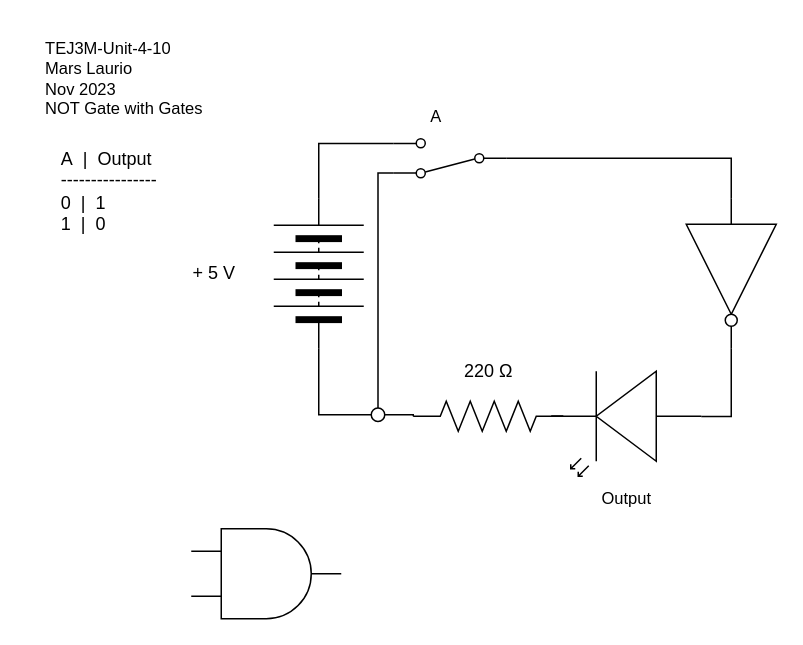
Mars-Laurio/TEJ3M-Unit4 keeps this draw.io diagram as Unit4-10/TEJ3M-Unit-4-10.drawio. Above is the earlier version. Source tidied: cells renumbered, new cells numbered last; positions are measured from the earlier drawing's top-left corner, leaving out a move shared by most shapes. Both pictures are drawn from the tidied source at 150%, with x=0, y=0 at pixel (26, 26).
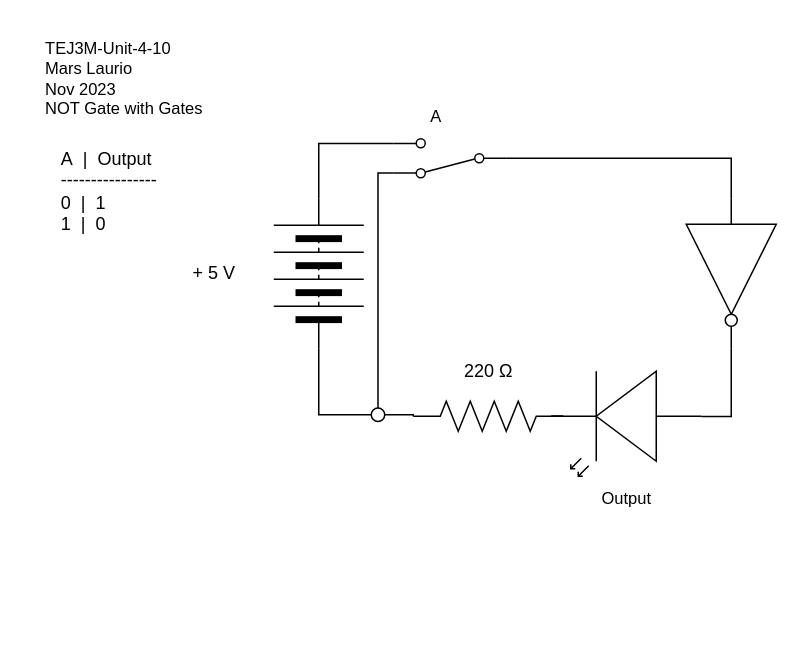
The same diagram, later.

Diff of the diagram source:
```diff
@@
-    <mxCell id="21" style="verticalLabelPosition=bottom;shadow=0;dashed=0;align=center;html=1;verticalAlign=top;shape=mxgraph.electrical.logic_gates.logic_gate;operation=and;" parent="1" vertex="1">
-      <mxGeometry x="110" y="335" width="100" height="60" as="geometry" />
-    </mxCell>
```
